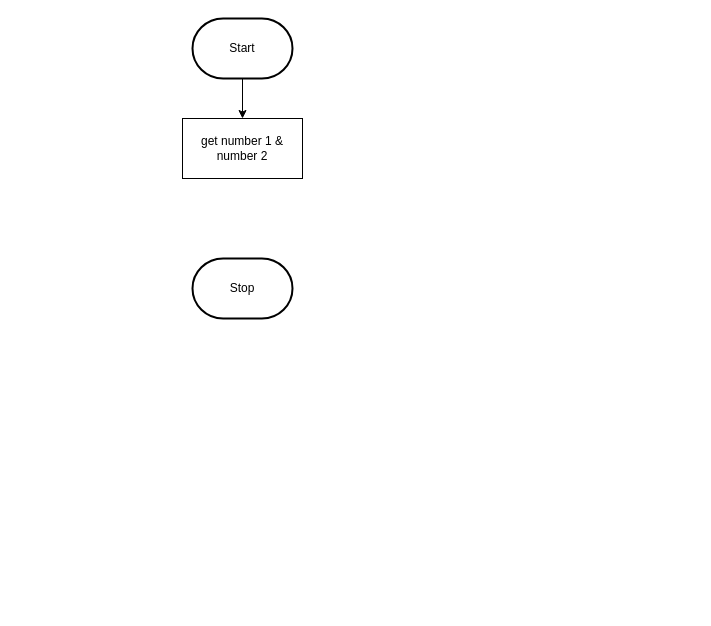
Before: design/flowchart.drawio in MTHS-ICD2O-1-2023/ICD2O-Unit-5-06-yoochan-han, a draw.io diagram. Source tidied: cells renumbered, new cells numbered last; positions are measured from the earlier drawing's top-left corner, leaving out a move shared by most shapes. Both pictures are drawn from the tidied source at 100%, with x=0, y=0 at pixel (182, 18).
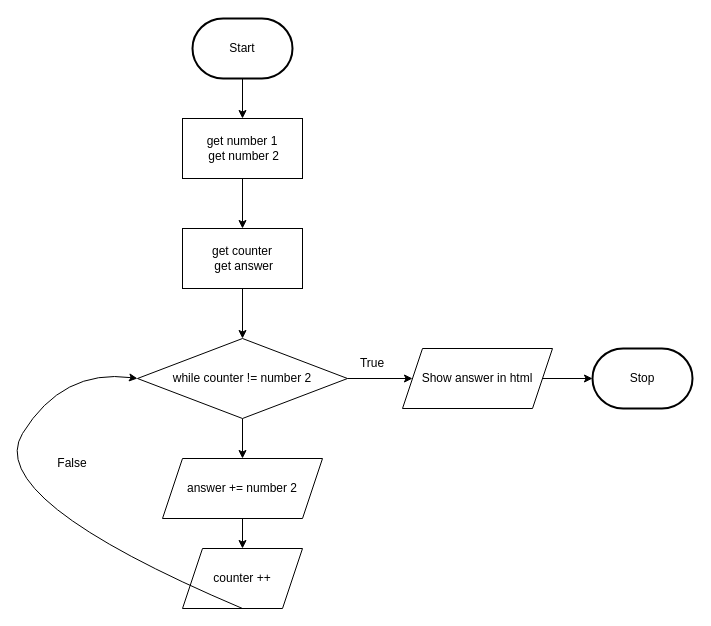
The same page after the edit.

What changed in the source:
```diff
@@
     <mxCell id="4" value="Stop" style="strokeWidth=2;html=1;shape=mxgraph.flowchart.terminator;whiteSpace=wrap;" parent="1" vertex="1">
-      <mxGeometry x="10" y="240" width="100" height="60" as="geometry" />
+      <mxGeometry x="410" y="330" width="100" height="60" as="geometry" />
     </mxCell>
+    <mxCell id="6" style="edgeStyle=none;html=1;" parent="1" edge="1" source="5" target="11">
+      <mxGeometry relative="1" as="geometry" />
+    </mxCell>
-    <mxCell id="5" value="get number 1 &amp;amp; number 2" style="rounded=0;whiteSpace=wrap;html=1;" parent="1" vertex="1">
+    <mxCell id="5" value="get number 1&lt;br&gt;&amp;nbsp;get number 2" style="rounded=0;whiteSpace=wrap;html=1;" parent="1" vertex="1">
       <mxGeometry y="100" width="120" height="60" as="geometry" />
     </mxCell>
+    <mxCell id="7" style="edgeStyle=none;html=1;" parent="1" edge="1" source="9" target="14">
+      <mxGeometry relative="1" as="geometry" />
+    </mxCell>
+    <mxCell id="8" style="edgeStyle=none;html=1;" parent="1" edge="1" source="9" target="17">
+      <mxGeometry relative="1" as="geometry" />
+    </mxCell>
+    <mxCell id="9" value="while counter != number 2" style="rhombus;whiteSpace=wrap;html=1;" parent="1" vertex="1">
+      <mxGeometry x="-45" y="320" width="210" height="80" as="geometry" />
+    </mxCell>
+    <mxCell id="10" style="edgeStyle=none;html=1;" parent="1" edge="1" source="11" target="9">
+      <mxGeometry relative="1" as="geometry" />
+    </mxCell>
+    <mxCell id="11" value="get counter&lt;br&gt;&amp;nbsp;get answer" style="rounded=0;whiteSpace=wrap;html=1;" parent="1" vertex="1">
+      <mxGeometry y="210" width="120" height="60" as="geometry" />
+    </mxCell>
+    <mxCell id="12" value="counter ++" style="shape=parallelogram;perimeter=parallelogramPerimeter;whiteSpace=wrap;html=1;fixedSize=1;" parent="1" vertex="1">
+      <mxGeometry y="530" width="120" height="60" as="geometry" />
+    </mxCell>
+    <mxCell id="13" style="edgeStyle=none;html=1;" parent="1" edge="1" source="14" target="12">
+      <mxGeometry relative="1" as="geometry" />
+    </mxCell>
+    <mxCell id="14" value="answer += number 2" style="shape=parallelogram;perimeter=parallelogramPerimeter;whiteSpace=wrap;html=1;fixedSize=1;" parent="1" vertex="1">
+      <mxGeometry x="-20" y="440" width="160" height="60" as="geometry" />
+    </mxCell>
+    <mxCell id="15" style="curved=1;endArrow=classic;html=1;exitX=0.5;exitY=1;exitDx=0;exitDy=0;entryX=0;entryY=0.5;entryDx=0;entryDy=0;" parent="1" edge="1" source="12" target="9">
+      <mxGeometry relative="1" as="geometry">
+        <Array as="points">
+          <mxPoint x="-200" y="480" />
+          <mxPoint x="-120" y="350" />
+        </Array>
+      </mxGeometry>
+    </mxCell>
+    <mxCell id="16" style="edgeStyle=none;html=1;entryX=0;entryY=0.5;entryDx=0;entryDy=0;entryPerimeter=0;" parent="1" edge="1" source="17" target="4">
+      <mxGeometry relative="1" as="geometry" />
+    </mxCell>
+    <mxCell id="17" value="Show answer in html" style="shape=parallelogram;perimeter=parallelogramPerimeter;whiteSpace=wrap;html=1;fixedSize=1;" parent="1" vertex="1">
+      <mxGeometry x="220" y="330" width="150" height="60" as="geometry" />
+    </mxCell>
+    <mxCell id="18" value="False" style="text;html=1;strokeColor=none;fillColor=none;align=center;verticalAlign=middle;whiteSpace=wrap;rounded=0;" parent="1" vertex="1">
+      <mxGeometry x="-140" y="430" width="60" height="30" as="geometry" />
+    </mxCell>
+    <mxCell id="19" value="True" style="text;html=1;strokeColor=none;fillColor=none;align=center;verticalAlign=middle;whiteSpace=wrap;rounded=0;" parent="1" vertex="1">
+      <mxGeometry x="160" y="330" width="60" height="30" as="geometry" />
+    </mxCell>
```
